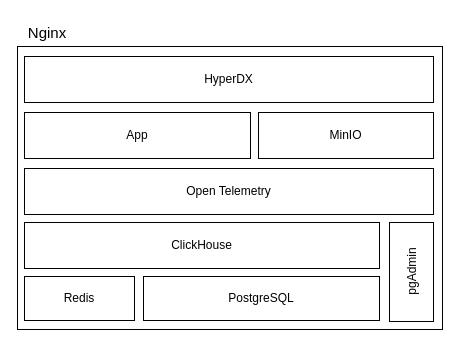
Before: docs/service.drawio in simadimonyan/schedule-parse-system, a draw.io diagram. Source tidied: cells renumbered, new cells numbered last; positions are measured from the earlier drawing's top-left corner, leaving out a move shared by most shapes. Both pictures are drawn from the tidied source at 100%, with x=0, y=0 at pixel (17, 17).
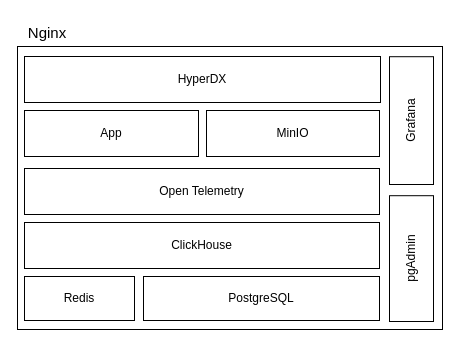
The same diagram, later.

The edit, as a diff of the source:
```diff
@@
 <mxGraphModel>
   <root>
     <mxCell id="0" />
     <mxCell id="1" parent="0" />
     <mxCell id="2" style="rounded=0;whiteSpace=wrap;html=1;glass=0;" parent="1" vertex="1">
       <mxGeometry y="29" width="425" height="283" as="geometry" />
     </mxCell>
     <mxCell id="3" value="PostgreSQL" style="rounded=0;whiteSpace=wrap;html=1;glass=0;" parent="1" vertex="1">
       <mxGeometry x="126" y="259" width="236" height="44" as="geometry" />
     </mxCell>
     <mxCell id="4" value="Redis" style="rounded=0;whiteSpace=wrap;html=1;glass=0;" parent="1" vertex="1">
       <mxGeometry x="7" y="259" width="110" height="44" as="geometry" />
     </mxCell>
     <mxCell id="5" value="Open Telemetry" style="rounded=0;whiteSpace=wrap;html=1;glass=0;" parent="1" vertex="1">
-      <mxGeometry x="7" y="151" width="409" height="46" as="geometry" />
+      <mxGeometry x="7" y="151" width="355" height="46" as="geometry" />
     </mxCell>
     <mxCell id="6" value="App" style="rounded=0;whiteSpace=wrap;html=1;glass=0;" parent="1" vertex="1">
-      <mxGeometry x="7" y="95" width="226" height="46" as="geometry" />
+      <mxGeometry x="7" y="93" width="174" height="46" as="geometry" />
     </mxCell>
     <mxCell id="7" value="MinIO" style="rounded=0;whiteSpace=wrap;html=1;glass=0;" parent="1" vertex="1">
-      <mxGeometry x="241" y="95" width="175" height="46" as="geometry" />
+      <mxGeometry x="189" y="93" width="173" height="46" as="geometry" />
     </mxCell>
     <mxCell id="8" value="ClickHouse" style="rounded=0;whiteSpace=wrap;html=1;glass=0;" parent="1" vertex="1">
       <mxGeometry x="7" y="205" width="355" height="46" as="geometry" />
     </mxCell>
     <mxCell id="9" value="HyperDX" style="rounded=0;whiteSpace=wrap;html=1;glass=0;" parent="1" vertex="1">
-      <mxGeometry x="7" y="39" width="409" height="46" as="geometry" />
+      <mxGeometry x="7" y="39" width="356" height="46" as="geometry" />
     </mxCell>
     <mxCell id="10" value="pgAdmin" style="rounded=0;whiteSpace=wrap;html=1;rotation=-90;glass=0;" parent="1" vertex="1">
-      <mxGeometry x="344.5" y="232.5" width="99" height="44" as="geometry" />
+      <mxGeometry x="331.1" y="219.1" width="125.8" height="44" as="geometry" />
     </mxCell>
     <mxCell id="11" value="&lt;font style=&quot;font-size: 15px;&quot;&gt;Nginx&lt;/font&gt;" style="text;html=1;align=center;verticalAlign=middle;whiteSpace=wrap;rounded=0;fillColor=none;fontStyle=0;" parent="1" vertex="1">
       <mxGeometry width="60" height="29" as="geometry" />
     </mxCell>
+    <mxCell id="12" value="Grafana" style="rounded=0;whiteSpace=wrap;html=1;rotation=-90;glass=0;" parent="1" vertex="1">
+      <mxGeometry x="330.1" y="81.1" width="127.8" height="44" as="geometry" />
+    </mxCell>
   </root>
 </mxGraphModel>
```
